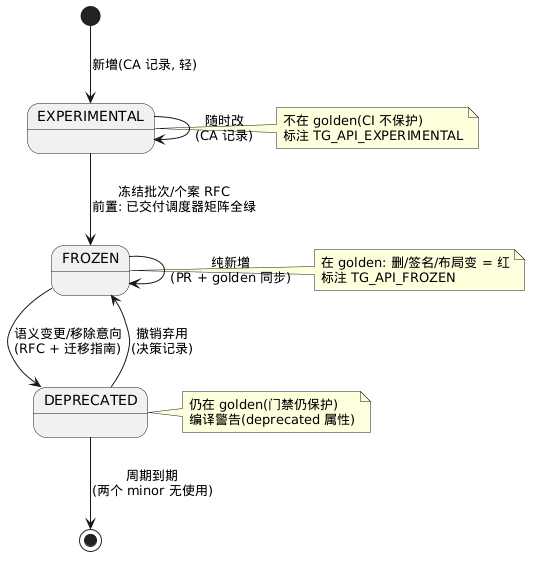
Earlier version of the PlantUML export docs/1-architecture/pics/1-02-api-contract-governance-01.png (zhuyh4n9/brickOS). The source it was exported from:
```plantuml
@startuml
[*] --> EXPERIMENTAL : 新增(CA 记录, 轻)
EXPERIMENTAL --> EXPERIMENTAL : 随时改\n(CA 记录)
EXPERIMENTAL --> FROZEN : 冻结批次/个案 RFC\n前置: 已交付调度器矩阵全绿
FROZEN --> FROZEN : 纯新增\n(PR + golden 同步)
FROZEN --> DEPRECATED : 语义变更/移除意向\n(RFC + 迁移指南)
DEPRECATED --> FROZEN : 撤销弃用\n(决策记录)
DEPRECATED --> [*] : 周期到期\n(两个 minor 无使用)
note right of EXPERIMENTAL
  不在 golden(CI 不保护)
  标注 TG_API_EXPERIMENTAL
end note
note right of FROZEN
  在 golden: 删/签名/布局变 = 红
  标注 TG_API_FROZEN
end note
note right of DEPRECATED
  仍在 golden(门禁仍保护)
  编译警告(deprecated 属性)
end note
@enduml
```
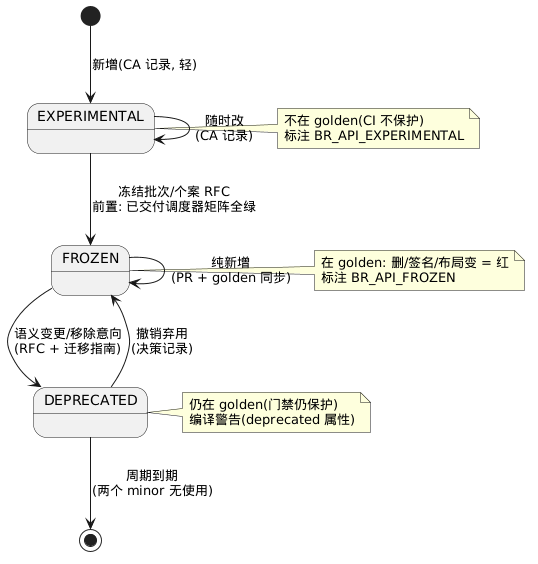
Later version of the same file.

What changed in the source:
```diff
@@ -8,11 +8,11 @@
 DEPRECATED --> [*] : 周期到期\n(两个 minor 无使用)
 note right of EXPERIMENTAL
   不在 golden(CI 不保护)
-  标注 TG_API_EXPERIMENTAL
+  标注 BR_API_EXPERIMENTAL
 end note
 note right of FROZEN
   在 golden: 删/签名/布局变 = 红
-  标注 TG_API_FROZEN
+  标注 BR_API_FROZEN
 end note
 note right of DEPRECATED
   仍在 golden(门禁仍保护)
```
